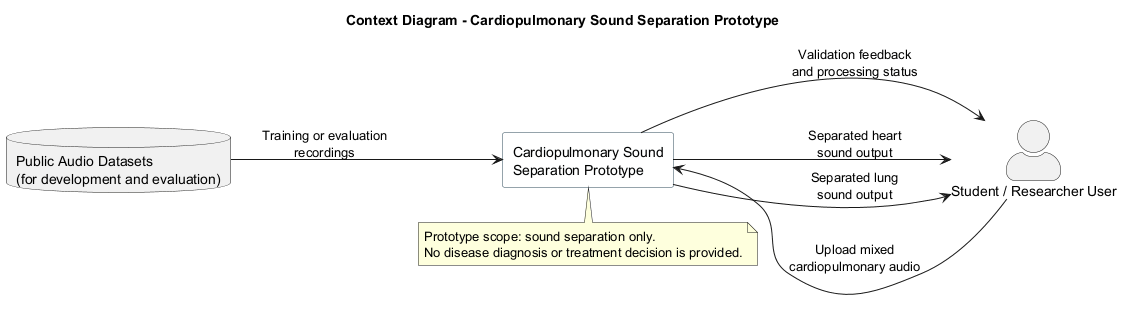
Above: report/generated/figures/plantuml/context_diagram.png in ASHRAF-2004/fyp-cardiopulmonary-sound-separation-report (PlantUML), before the change. Source of this version:
```plantuml
@startuml
title Context Diagram - Cardiopulmonary Sound Separation Prototype

left to right direction
skinparam rectangle {
  BorderColor #2F4858
  BackgroundColor #F8FBFC
}
skinparam actorStyle awesome

actor "Student / Researcher User" as User
database "Public Audio Datasets\n(for development and evaluation)" as Dataset
rectangle "Cardiopulmonary Sound\nSeparation Prototype" as System

User --> System : Upload mixed\ncardiopulmonary audio
System --> User : Validation feedback\nand processing status
System --> User : Separated heart\nsound output
System --> User : Separated lung\nsound output
Dataset --> System : Training or evaluation\nrecordings

note bottom of System
Prototype scope: sound separation only.
No disease diagnosis or treatment decision is provided.
end note

@enduml
```
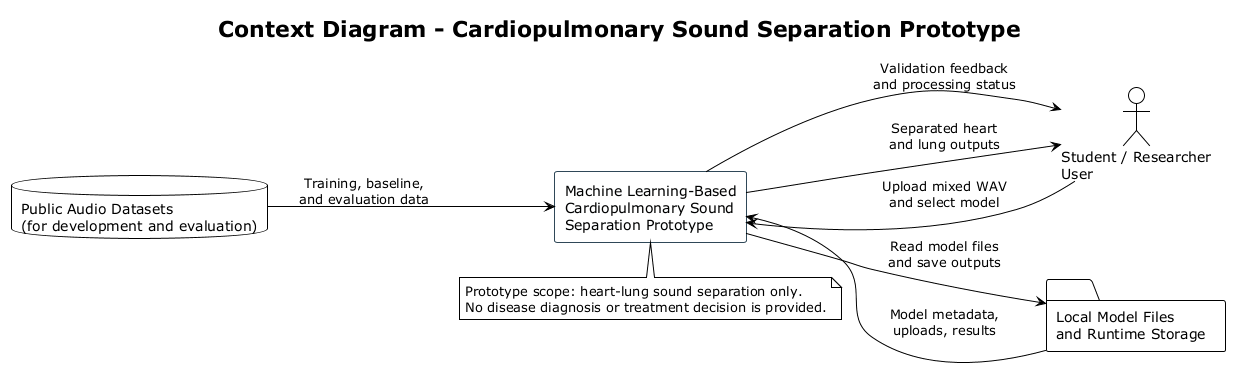
The same file after the commit.

Diff of the diagram source:
```diff
@@ -1,25 +1,28 @@
 @startuml
+!theme plain
 title Context Diagram - Cardiopulmonary Sound Separation Prototype
 
 left to right direction
+skinparam shadowing false
 skinparam rectangle {
   BorderColor #2F4858
   BackgroundColor #F8FBFC
 }
-skinparam actorStyle awesome
 
-actor "Student / Researcher User" as User
+actor "Student / Researcher\nUser" as User
 database "Public Audio Datasets\n(for development and evaluation)" as Dataset
-rectangle "Cardiopulmonary Sound\nSeparation Prototype" as System
+folder "Local Model Files\nand Runtime Storage" as Storage
+rectangle "Machine Learning-Based\nCardiopulmonary Sound\nSeparation Prototype" as System
 
-User --> System : Upload mixed\ncardiopulmonary audio
+User --> System : Upload mixed WAV\nand select model
 System --> User : Validation feedback\nand processing status
-System --> User : Separated heart\nsound output
-System --> User : Separated lung\nsound output
-Dataset --> System : Training or evaluation\nrecordings
+System --> User : Separated heart\nand lung outputs
+Dataset --> System : Training, baseline,\nand evaluation data
+System --> Storage : Read model files\nand save outputs
+Storage --> System : Model metadata,\nuploads, results
 
 note bottom of System
-Prototype scope: sound separation only.
+Prototype scope: heart-lung sound separation only.
 No disease diagnosis or treatment decision is provided.
 end note
 
```
